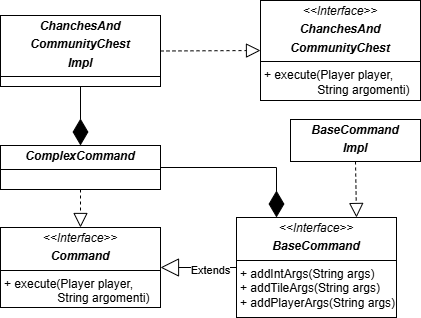
The draw.io diagram report/img/martina/commandsUML.png in unibo-oop-projects/OOP24-AlessioMinnitiAlessioMinnitistudi-MartinaRavaioli-AlessioMinniti-DavideRossi-LucasPrati-mpoly, before a commit. Source tidied: cells renumbered, new cells last; positions are measured from the earlier drawing's top-left corner, leaving out a move shared by most shapes. Its diagram source:
```xml
<mxGraphModel>
  <root>
    <mxCell id="0" />
    <mxCell id="1" parent="0" />
    <mxCell id="2" value="&lt;p style=&quot;margin:0px;margin-top:4px;text-align:center;&quot;&gt;&lt;i&gt;&amp;lt;&amp;lt;Interface&amp;gt;&amp;gt;&lt;/i&gt;&lt;/p&gt;&lt;p style=&quot;margin:0px;margin-top:4px;text-align:center;&quot;&gt;&lt;i&gt;&lt;b&gt;Command&lt;/b&gt;&lt;/i&gt;&lt;br&gt;&lt;/p&gt;&lt;hr size=&quot;1&quot; style=&quot;border-style:solid;&quot;&gt;&lt;p style=&quot;margin:0px;margin-left:4px;&quot;&gt;+ execute(Player player,&amp;nbsp;&lt;/p&gt;&lt;p style=&quot;margin:0px;margin-left:4px;&quot;&gt;&lt;span style=&quot;white-space: pre;&quot;&gt;&#9;&lt;/span&gt;&lt;span style=&quot;white-space: pre;&quot;&gt;&#9;&lt;/span&gt;String argomenti)&lt;/p&gt;" style="verticalAlign=top;align=left;overflow=fill;html=1;whiteSpace=wrap;" parent="1" vertex="1">
      <mxGeometry y="227" width="160" height="80" as="geometry" />
    </mxCell>
    <mxCell id="3" value="&lt;p style=&quot;margin:0px;margin-top:4px;text-align:center;&quot;&gt;&lt;i style=&quot;background-color: transparent; color: light-dark(rgb(0, 0, 0), rgb(255, 255, 255));&quot;&gt;&lt;b&gt;ComplexCommand&lt;/b&gt;&lt;/i&gt;&lt;/p&gt;&lt;hr size=&quot;1&quot; style=&quot;border-style:solid;&quot;&gt;&lt;p style=&quot;margin:0px;margin-left:4px;&quot;&gt;&lt;br&gt;&lt;/p&gt;" style="verticalAlign=top;align=left;overflow=fill;html=1;whiteSpace=wrap;" parent="1" vertex="1">
      <mxGeometry y="145" width="160" height="44" as="geometry" />
    </mxCell>
    <mxCell id="4" value="&lt;p style=&quot;margin: 4px 0px 0px; text-align: center;&quot;&gt;&lt;i&gt;&amp;lt;&amp;lt;Interface&amp;gt;&amp;gt;&lt;/i&gt;&lt;/p&gt;&lt;p style=&quot;margin:0px;margin-top:4px;text-align:center;&quot;&gt;&lt;i style=&quot;background-color: transparent; color: light-dark(rgb(0, 0, 0), rgb(255, 255, 255));&quot;&gt;&lt;b&gt;BaseCommand&lt;/b&gt;&lt;/i&gt;&lt;/p&gt;&lt;hr size=&quot;1&quot; style=&quot;border-style:solid;&quot;&gt;&lt;p style=&quot;margin:0px;margin-left:4px;&quot;&gt;+ addIntArgs(String args)&lt;/p&gt;&lt;p style=&quot;margin:0px;margin-left:4px;&quot;&gt;+ addTileArgs(String args)&lt;/p&gt;&lt;p style=&quot;margin:0px;margin-left:4px;&quot;&gt;+ addPlayerArgs(String args)&lt;/p&gt;" style="verticalAlign=top;align=left;overflow=fill;html=1;whiteSpace=wrap;" parent="1" vertex="1">
      <mxGeometry x="236" y="217" width="160" height="100" as="geometry" />
    </mxCell>
    <mxCell id="5" style="endArrow=block;dashed=1;endFill=0;endSize=12;html=1;rounded=0;exitX=0.5;exitY=1;exitDx=0;exitDy=0;entryX=0.5;entryY=0;entryDx=0;entryDy=0;" parent="1" edge="1" source="3" target="2">
      <mxGeometry relative="1" as="geometry" />
    </mxCell>
    <mxCell id="6" style="endArrow=diamondThin;endFill=1;endSize=24;html=1;rounded=0;exitX=1;exitY=0.5;exitDx=0;exitDy=0;entryX=0.25;entryY=0;entryDx=0;entryDy=0;" parent="1" edge="1" source="3" target="4">
      <mxGeometry relative="1" as="geometry">
        <Array as="points">
          <mxPoint x="276" y="167" />
        </Array>
      </mxGeometry>
    </mxCell>
    <mxCell id="7" value="&lt;p style=&quot;margin: 4px 0px 0px; text-align: center;&quot;&gt;&lt;i style=&quot;background-color: transparent; color: light-dark(rgb(0, 0, 0), rgb(255, 255, 255));&quot;&gt;&lt;b&gt;BaseCommand&lt;/b&gt;&lt;/i&gt;&lt;/p&gt;&lt;p style=&quot;margin: 4px 0px 0px; text-align: center;&quot;&gt;&lt;i style=&quot;background-color: transparent; color: light-dark(rgb(0, 0, 0), rgb(255, 255, 255));&quot;&gt;&lt;b&gt;Impl&lt;/b&gt;&lt;/i&gt;&lt;/p&gt;&lt;hr size=&quot;1&quot; style=&quot;border-style:solid;&quot;&gt;&lt;p style=&quot;margin:0px;margin-left:4px;&quot;&gt;&lt;br&gt;&lt;/p&gt;" style="verticalAlign=top;align=left;overflow=fill;html=1;whiteSpace=wrap;" parent="1" vertex="1">
      <mxGeometry x="290" y="119" width="130" height="42" as="geometry" />
    </mxCell>
    <mxCell id="8" style="endArrow=block;dashed=1;endFill=0;endSize=12;html=1;rounded=0;exitX=0.5;exitY=1;exitDx=0;exitDy=0;entryX=0.75;entryY=0;entryDx=0;entryDy=0;" parent="1" edge="1" source="7" target="4">
      <mxGeometry relative="1" as="geometry" />
    </mxCell>
    <mxCell id="9" value="Extends" style="endArrow=block;endSize=16;endFill=0;html=1;rounded=0;exitX=0;exitY=0.5;exitDx=0;exitDy=0;entryX=1;entryY=0.5;entryDx=0;entryDy=0;" parent="1" edge="1" source="4" target="2">
      <mxGeometry x="-0.32" y="3" relative="1" as="geometry" />
    </mxCell>
    <mxCell id="10" value="&lt;p style=&quot;margin:0px;margin-top:4px;text-align:center;&quot;&gt;&lt;i&gt;&amp;lt;&amp;lt;Interface&amp;gt;&amp;gt;&lt;/i&gt;&lt;/p&gt;&lt;p style=&quot;margin: 4px 0px 0px; text-align: center;&quot;&gt;&lt;b&gt;&lt;i&gt;ChanchesAnd&lt;/i&gt;&lt;/b&gt;&lt;/p&gt;&lt;p style=&quot;margin: 4px 0px 0px; text-align: center;&quot;&gt;&lt;b&gt;&lt;i&gt;CommunityChest&lt;/i&gt;&lt;/b&gt;&lt;/p&gt;&lt;hr size=&quot;1&quot; style=&quot;border-style:solid;&quot;&gt;&lt;p style=&quot;margin:0px;margin-left:4px;&quot;&gt;+ execute(Player player,&amp;nbsp;&lt;/p&gt;&lt;p style=&quot;margin:0px;margin-left:4px;&quot;&gt;&lt;span style=&quot;white-space: pre;&quot;&gt;&#9;&lt;/span&gt;&lt;span style=&quot;white-space: pre;&quot;&gt;&#9;&lt;/span&gt;String argomenti)&lt;/p&gt;" style="verticalAlign=top;align=left;overflow=fill;html=1;whiteSpace=wrap;" parent="1" vertex="1">
      <mxGeometry x="260" width="160" height="100" as="geometry" />
    </mxCell>
    <mxCell id="11" value="&lt;p style=&quot;margin:0px;margin-top:4px;text-align:center;&quot;&gt;&lt;b&gt;&lt;i&gt;ChanchesAnd&lt;/i&gt;&lt;/b&gt;&lt;/p&gt;&lt;p style=&quot;margin:0px;margin-top:4px;text-align:center;&quot;&gt;&lt;b&gt;&lt;i&gt;CommunityChest&lt;/i&gt;&lt;/b&gt;&lt;/p&gt;&lt;p style=&quot;margin:0px;margin-top:4px;text-align:center;&quot;&gt;&lt;b&gt;&lt;i&gt;Impl&lt;/i&gt;&lt;/b&gt;&lt;/p&gt;&lt;hr size=&quot;1&quot; style=&quot;border-style:solid;&quot;&gt;&lt;p style=&quot;margin:0px;margin-left:4px;&quot;&gt;&lt;br&gt;&lt;/p&gt;" style="verticalAlign=top;align=left;overflow=fill;html=1;whiteSpace=wrap;" parent="1" vertex="1">
      <mxGeometry y="15" width="160" height="71" as="geometry" />
    </mxCell>
    <mxCell id="12" style="endArrow=block;dashed=1;endFill=0;endSize=12;html=1;rounded=0;exitX=1;exitY=0.5;exitDx=0;exitDy=0;entryX=0;entryY=0.5;entryDx=0;entryDy=0;" parent="1" edge="1" source="11" target="10">
      <mxGeometry relative="1" as="geometry" />
    </mxCell>
    <mxCell id="13" style="endArrow=diamondThin;endFill=1;endSize=24;html=1;rounded=0;exitX=0.5;exitY=1;exitDx=0;exitDy=0;entryX=0.5;entryY=0;entryDx=0;entryDy=0;" parent="1" edge="1" source="11" target="3">
      <mxGeometry relative="1" as="geometry" />
    </mxCell>
  </root>
</mxGraphModel>
```
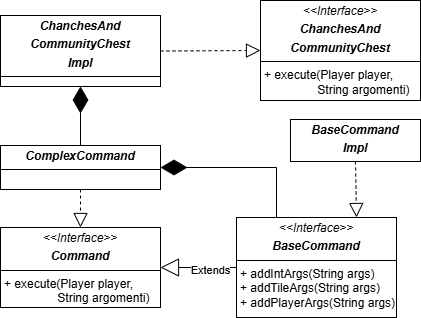
The same file after the commit.

Diff of the diagram source:
```diff
@@ -14,7 +14,7 @@
     <mxCell id="5" style="endArrow=block;dashed=1;endFill=0;endSize=12;html=1;rounded=0;exitX=0.5;exitY=1;exitDx=0;exitDy=0;entryX=0.5;entryY=0;entryDx=0;entryDy=0;" parent="1" edge="1" source="3" target="2">
       <mxGeometry relative="1" as="geometry" />
     </mxCell>
-    <mxCell id="6" style="endArrow=diamondThin;endFill=1;endSize=24;html=1;rounded=0;exitX=1;exitY=0.5;exitDx=0;exitDy=0;entryX=0.25;entryY=0;entryDx=0;entryDy=0;" parent="1" edge="1" source="3" target="4">
+    <mxCell id="6" style="endArrow=diamondThin;endFill=1;endSize=24;html=1;rounded=0;exitX=0.25;exitY=0;exitDx=0;exitDy=0;entryX=1;entryY=0.5;entryDx=0;entryDy=0;" parent="1" edge="1" source="4" target="3">
       <mxGeometry relative="1" as="geometry">
         <Array as="points">
           <mxPoint x="276" y="167" />
@@ -39,7 +39,7 @@
     <mxCell id="12" style="endArrow=block;dashed=1;endFill=0;endSize=12;html=1;rounded=0;exitX=1;exitY=0.5;exitDx=0;exitDy=0;entryX=0;entryY=0.5;entryDx=0;entryDy=0;" parent="1" edge="1" source="11" target="10">
       <mxGeometry relative="1" as="geometry" />
     </mxCell>
-    <mxCell id="13" style="endArrow=diamondThin;endFill=1;endSize=24;html=1;rounded=0;exitX=0.5;exitY=1;exitDx=0;exitDy=0;entryX=0.5;entryY=0;entryDx=0;entryDy=0;" parent="1" edge="1" source="11" target="3">
+    <mxCell id="13" style="endArrow=diamondThin;endFill=1;endSize=24;html=1;rounded=0;exitX=0.5;exitY=0;exitDx=0;exitDy=0;entryX=0.5;entryY=1;entryDx=0;entryDy=0;" parent="1" edge="1" source="3" target="11">
       <mxGeometry relative="1" as="geometry" />
     </mxCell>
   </root>
```
